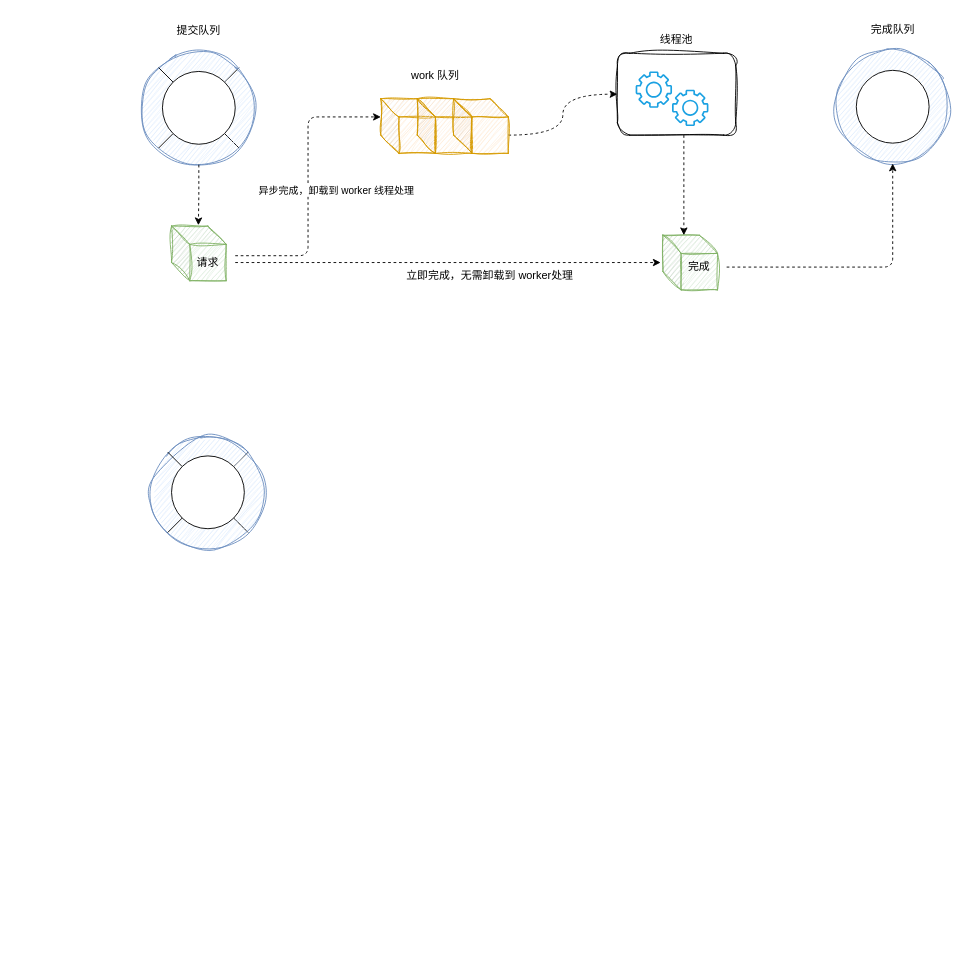
rowe0x/blog keeps this draw.io diagram as io_uring.drawio. Above is the earlier version. Source tidied: cells renumbered, new cells numbered last; positions are measured from the earlier drawing's top-left corner, leaving out a move shared by most shapes. Both pictures are drawn from the tidied source at 91%, with x=0, y=0 at pixel (142, 15).
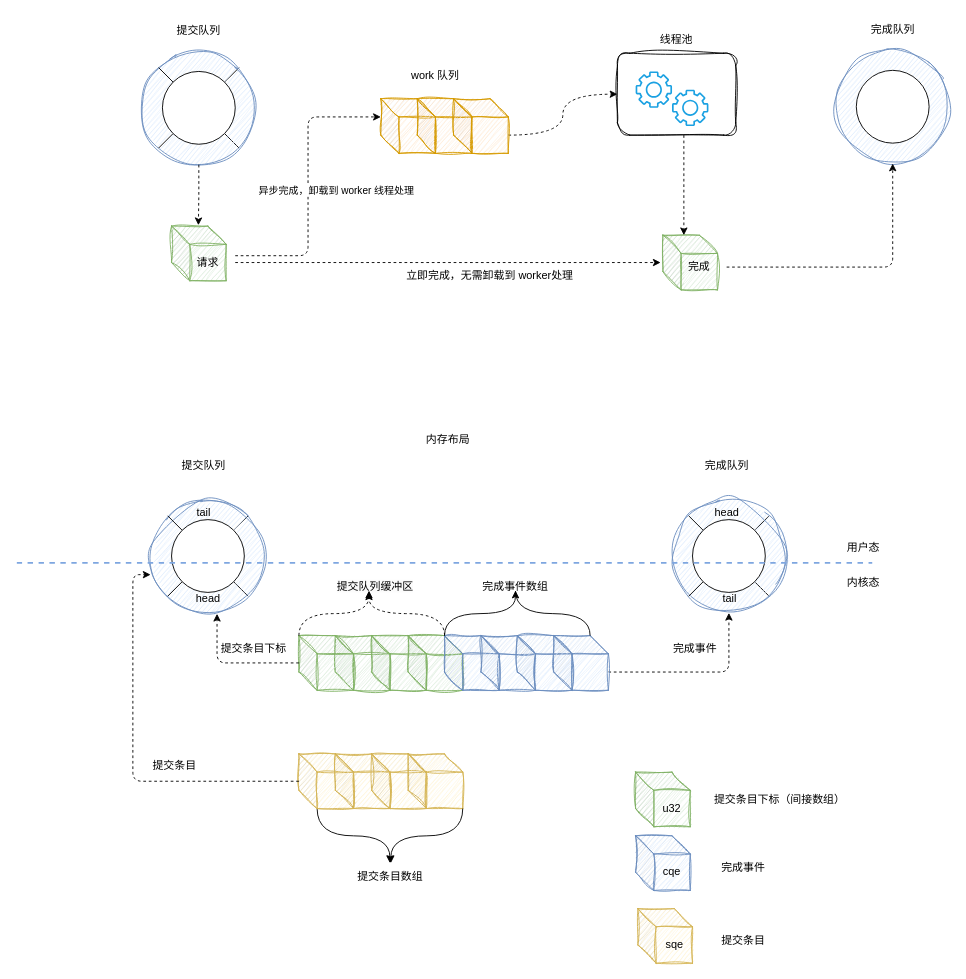
The same diagram, later.

Change to the diagram source:
```diff
@@
     <mxCell id="34" style="ellipse;whiteSpace=wrap;html=1;fillColor=#dae8fc;strokeColor=#6c8ebf;sketch=1;curveFitting=1;jiggle=2;" parent="1" vertex="1">
-      <mxGeometry x="9.5" y="461" width="125" height="125" as="geometry" />
+      <mxGeometry x="9.5" y="531" width="125" height="125" as="geometry" />
     </mxCell>
@@
     <mxCell id="37" style="ellipse;whiteSpace=wrap;html=1;" parent="1" vertex="1">
-      <mxGeometry x="32" y="483.5" width="80" height="80" as="geometry" />
+      <mxGeometry x="32" y="553.5" width="80" height="80" as="geometry" />
     </mxCell>
+    <mxCell id="38" value="内存布局" style="text;strokeColor=none;align=center;fillColor=none;html=1;verticalAlign=middle;whiteSpace=wrap;rounded=0;" parent="1" vertex="1">
+      <mxGeometry x="306" y="451" width="60" height="30" as="geometry" />
+    </mxCell>
+    <mxCell id="39" style="rounded=0;jettySize=auto;html=1;exitX=1;exitY=0;exitDx=0;exitDy=0;entryX=1;entryY=0;entryDx=0;entryDy=0;endArrow=none;endFill=0;" parent="1" edge="1" source="41" target="44">
+      <mxGeometry relative="1" as="geometry" />
+    </mxCell>
+    <mxCell id="40" style="rounded=0;jettySize=auto;html=1;exitX=1;exitY=1;exitDx=0;exitDy=0;entryX=1;entryY=1;entryDx=0;entryDy=0;endArrow=none;endFill=0;" parent="1" edge="1" source="41" target="44">
+      <mxGeometry relative="1" as="geometry" />
+    </mxCell>
+    <mxCell id="41" style="ellipse;whiteSpace=wrap;html=1;fillColor=#dae8fc;strokeColor=#6c8ebf;sketch=1;curveFitting=1;jiggle=2;" parent="1" vertex="1">
+      <mxGeometry x="582" y="531" width="125" height="125" as="geometry" />
+    </mxCell>
+    <mxCell id="42" style="rounded=0;jettySize=auto;html=1;exitX=0;exitY=1;exitDx=0;exitDy=0;entryX=0;entryY=1;entryDx=0;entryDy=0;endArrow=none;endFill=0;" parent="1" edge="1" source="44" target="41">
+      <mxGeometry relative="1" as="geometry" />
+    </mxCell>
+    <mxCell id="43" style="rounded=0;jettySize=auto;html=1;exitX=0;exitY=0;exitDx=0;exitDy=0;entryX=0;entryY=0;entryDx=0;entryDy=0;endArrow=none;endFill=0;" parent="1" edge="1" source="44" target="41">
+      <mxGeometry relative="1" as="geometry" />
+    </mxCell>
+    <mxCell id="44" style="ellipse;whiteSpace=wrap;html=1;" parent="1" vertex="1">
+      <mxGeometry x="604.5" y="553.5" width="80" height="80" as="geometry" />
+    </mxCell>
+    <mxCell id="45" style="shape=cube;whiteSpace=wrap;html=1;boundedLbl=1;backgroundOutline=1;darkOpacity=0.05;darkOpacity2=0.1;sketch=1;curveFitting=1;jiggle=2;fillColor=#d5e8d4;strokeColor=#82b366;" parent="1" vertex="1">
+      <mxGeometry x="212" y="681" width="60" height="60" as="geometry" />
+    </mxCell>
+    <mxCell id="46" style="shape=cube;whiteSpace=wrap;html=1;boundedLbl=1;backgroundOutline=1;darkOpacity=0.05;darkOpacity2=0.1;sketch=1;curveFitting=1;jiggle=2;fillColor=#d5e8d4;strokeColor=#82b366;" parent="1" vertex="1">
+      <mxGeometry x="252" y="681" width="60" height="60" as="geometry" />
+    </mxCell>
+    <mxCell id="47" style="shape=cube;whiteSpace=wrap;html=1;boundedLbl=1;backgroundOutline=1;darkOpacity=0.05;darkOpacity2=0.1;sketch=1;curveFitting=1;jiggle=2;fillColor=#d5e8d4;strokeColor=#82b366;" parent="1" vertex="1">
+      <mxGeometry x="292" y="681" width="60" height="60" as="geometry" />
+    </mxCell>
+    <mxCell id="48" style="shape=cube;whiteSpace=wrap;html=1;boundedLbl=1;backgroundOutline=1;darkOpacity=0.05;darkOpacity2=0.1;sketch=1;curveFitting=1;jiggle=2;fillColor=#dae8fc;strokeColor=#6c8ebf;" parent="1" vertex="1">
+      <mxGeometry x="332" y="681" width="60" height="60" as="geometry" />
+    </mxCell>
+    <mxCell id="49" style="shape=cube;whiteSpace=wrap;html=1;boundedLbl=1;backgroundOutline=1;darkOpacity=0.05;darkOpacity2=0.1;sketch=1;curveFitting=1;jiggle=2;fillColor=#dae8fc;strokeColor=#6c8ebf;" parent="1" vertex="1">
+      <mxGeometry x="372" y="681" width="60" height="60" as="geometry" />
+    </mxCell>
+    <mxCell id="50" style="shape=cube;whiteSpace=wrap;html=1;boundedLbl=1;backgroundOutline=1;darkOpacity=0.05;darkOpacity2=0.1;sketch=1;curveFitting=1;jiggle=2;fillColor=#dae8fc;strokeColor=#6c8ebf;" parent="1" vertex="1">
+      <mxGeometry x="412" y="681" width="60" height="60" as="geometry" />
+    </mxCell>
+    <mxCell id="51" style="edgeStyle=orthogonalEdgeStyle;curved=0;rounded=1;jettySize=auto;html=1;exitX=0;exitY=0;exitDx=60;exitDy=40;exitPerimeter=0;dashed=1;" parent="1" edge="1" source="52" target="41">
+      <mxGeometry relative="1" as="geometry" />
+    </mxCell>
+    <mxCell id="52" style="shape=cube;whiteSpace=wrap;html=1;boundedLbl=1;backgroundOutline=1;darkOpacity=0.05;darkOpacity2=0.1;sketch=1;curveFitting=1;jiggle=2;fillColor=#dae8fc;strokeColor=#6c8ebf;" parent="1" vertex="1">
+      <mxGeometry x="452" y="681" width="60" height="60" as="geometry" />
+    </mxCell>
+    <mxCell id="53" style="shape=cube;whiteSpace=wrap;html=1;boundedLbl=1;backgroundOutline=1;darkOpacity=0.05;darkOpacity2=0.1;sketch=1;curveFitting=1;jiggle=2;fillColor=#d5e8d4;strokeColor=#82b366;" parent="1" vertex="1">
+      <mxGeometry x="172" y="681" width="60" height="60" as="geometry" />
+    </mxCell>
+    <mxCell id="54" style="edgeStyle=orthogonalEdgeStyle;curved=1;rounded=0;jettySize=auto;html=1;exitX=0;exitY=0;exitDx=20;exitDy=60;exitPerimeter=0;" parent="1" edge="1" source="55" target="65">
+      <mxGeometry relative="1" as="geometry" />
+    </mxCell>
+    <mxCell id="55" style="shape=cube;whiteSpace=wrap;html=1;boundedLbl=1;backgroundOutline=1;darkOpacity=0.05;darkOpacity2=0.1;sketch=1;curveFitting=1;jiggle=2;fillColor=#fff2cc;strokeColor=#d6b656;" parent="1" vertex="1">
+      <mxGeometry x="172" y="811" width="60" height="60" as="geometry" />
+    </mxCell>
+    <mxCell id="56" style="shape=cube;whiteSpace=wrap;html=1;boundedLbl=1;backgroundOutline=1;darkOpacity=0.05;darkOpacity2=0.1;sketch=1;curveFitting=1;jiggle=2;fillColor=#fff2cc;strokeColor=#d6b656;" parent="1" vertex="1">
+      <mxGeometry x="212" y="811" width="60" height="60" as="geometry" />
+    </mxCell>
+    <mxCell id="57" style="shape=cube;whiteSpace=wrap;html=1;boundedLbl=1;backgroundOutline=1;darkOpacity=0.05;darkOpacity2=0.1;sketch=1;curveFitting=1;jiggle=2;fillColor=#fff2cc;strokeColor=#d6b656;" parent="1" vertex="1">
+      <mxGeometry x="252" y="811" width="60" height="60" as="geometry" />
+    </mxCell>
+    <mxCell id="58" style="shape=cube;whiteSpace=wrap;html=1;boundedLbl=1;backgroundOutline=1;darkOpacity=0.05;darkOpacity2=0.1;sketch=1;curveFitting=1;jiggle=2;fillColor=#fff2cc;strokeColor=#d6b656;" parent="1" vertex="1">
+      <mxGeometry x="292" y="811" width="60" height="60" as="geometry" />
+    </mxCell>
+    <mxCell id="59" value="&lt;span style=&quot;color: rgb(0, 0, 0); font-family: Helvetica; font-size: 12px; font-style: normal; font-variant-ligatures: normal; font-variant-caps: normal; font-weight: 400; letter-spacing: normal; orphans: 2; text-align: center; text-indent: 0px; text-transform: none; widows: 2; word-spacing: 0px; -webkit-text-stroke-width: 0px; white-space: nowrap; background-color: rgb(251, 251, 251); text-decoration-thickness: initial; text-decoration-style: initial; text-decoration-color: initial; display: inline !important; float: none;&quot;&gt;提交队列缓冲区&lt;/span&gt;" style="text;whiteSpace=wrap;html=1;fillColor=default;gradientColor=none;fillStyle=solid;" parent="1" vertex="1">
+      <mxGeometry x="212" y="612.5" width="90" height="20" as="geometry" />
+    </mxCell>
+    <mxCell id="60" value="&lt;div style=&quot;text-align: center;&quot;&gt;&lt;span style=&quot;text-wrap: nowrap;&quot;&gt;完成事件数组&lt;/span&gt;&lt;/div&gt;" style="text;whiteSpace=wrap;html=1;" parent="1" vertex="1">
+      <mxGeometry x="372" y="612.5" width="90" height="20" as="geometry" />
+    </mxCell>
+    <mxCell id="61" style="edgeStyle=orthogonalEdgeStyle;rounded=0;jettySize=auto;html=1;exitX=0;exitY=0;exitDx=0;exitDy=0;exitPerimeter=0;entryX=0.411;entryY=0.95;entryDx=0;entryDy=0;entryPerimeter=0;curved=1;dashed=1;" parent="1" edge="1" source="53" target="59">
+      <mxGeometry relative="1" as="geometry" />
+    </mxCell>
+    <mxCell id="62" style="edgeStyle=orthogonalEdgeStyle;rounded=0;jettySize=auto;html=1;exitX=0;exitY=0;exitDx=0;exitDy=0;exitPerimeter=0;entryX=0.411;entryY=1.05;entryDx=0;entryDy=0;entryPerimeter=0;curved=1;dashed=1;" parent="1" edge="1" source="48" target="59">
+      <mxGeometry relative="1" as="geometry" />
+    </mxCell>
+    <mxCell id="63" style="edgeStyle=orthogonalEdgeStyle;rounded=0;jettySize=auto;html=1;exitX=0;exitY=0;exitDx=0;exitDy=0;exitPerimeter=0;entryX=0.422;entryY=0.95;entryDx=0;entryDy=0;entryPerimeter=0;curved=1;" parent="1" edge="1" source="48" target="60">
+      <mxGeometry relative="1" as="geometry" />
+    </mxCell>
+    <mxCell id="64" style="edgeStyle=orthogonalEdgeStyle;rounded=0;jettySize=auto;html=1;exitX=0;exitY=0;exitDx=40;exitDy=0;exitPerimeter=0;entryX=0.422;entryY=0.975;entryDx=0;entryDy=0;entryPerimeter=0;endArrow=none;endFill=0;curved=1;" parent="1" edge="1" source="52" target="60">
+      <mxGeometry relative="1" as="geometry" />
+    </mxCell>
+    <mxCell id="65" value="提交条目数组" style="text;html=1;align=center;verticalAlign=middle;points=[];strokeColor=none;fillColor=none;" parent="1" vertex="1">
+      <mxGeometry x="222" y="931" width="100" height="30" as="geometry" />
+    </mxCell>
+    <mxCell id="66" style="edgeStyle=orthogonalEdgeStyle;curved=1;rounded=0;jettySize=auto;html=1;exitX=1;exitY=1;exitDx=0;exitDy=0;exitPerimeter=0;entryX=0.51;entryY=0;entryDx=0;entryDy=0;entryPerimeter=0;" parent="1" edge="1" source="58" target="65">
+      <mxGeometry relative="1" as="geometry" />
+    </mxCell>
+    <mxCell id="67" style="edgeStyle=orthogonalEdgeStyle;rounded=1;jettySize=auto;html=1;entryX=0.58;entryY=1.008;entryDx=0;entryDy=0;entryPerimeter=0;curved=0;dashed=1;" parent="1" edge="1" source="53" target="34">
+      <mxGeometry relative="1" as="geometry" />
+    </mxCell>
+    <mxCell id="68" value="提交条目下标" style="text;html=1;align=center;verticalAlign=middle;strokeColor=none;fillColor=none;" parent="1" vertex="1">
+      <mxGeometry x="72" y="681" width="100" height="30" as="geometry" />
+    </mxCell>
+    <mxCell id="69" style="edgeStyle=orthogonalEdgeStyle;curved=0;rounded=1;jettySize=auto;html=1;entryX=-0.004;entryY=0.664;entryDx=0;entryDy=0;entryPerimeter=0;dashed=1;" parent="1" edge="1" source="55" target="34">
+      <mxGeometry relative="1" as="geometry" />
+    </mxCell>
+    <mxCell id="70" value="提交条目" style="text;html=1;align=center;verticalAlign=middle;strokeColor=none;fillColor=none;" parent="1" vertex="1">
+      <mxGeometry x="-0.5" y="809" width="70" height="30" as="geometry" />
+    </mxCell>
+    <mxCell id="71" value="提交队列" style="text;html=1;align=center;verticalAlign=middle;strokeColor=none;fillColor=none;" parent="1" vertex="1">
+      <mxGeometry x="32" y="479" width="70" height="30" as="geometry" />
+    </mxCell>
+    <mxCell id="72" value="完成队列" style="text;html=1;align=center;verticalAlign=middle;strokeColor=none;fillColor=none;" parent="1" vertex="1">
+      <mxGeometry x="607" y="479" width="70" height="30" as="geometry" />
+    </mxCell>
+    <mxCell id="73" value="完成事件" style="text;html=1;align=center;verticalAlign=middle;strokeColor=none;fillColor=none;" parent="1" vertex="1">
+      <mxGeometry x="572" y="681" width="70" height="30" as="geometry" />
+    </mxCell>
+    <mxCell id="74" style="endArrow=none;html=1;rounded=0;curved=1;dashed=1;strokeColor=#7EA6E0;strokeWidth=2;" parent="1" edge="1">
+      <mxGeometry relative="1" as="geometry">
+        <mxPoint x="-138" y="601" as="sourcePoint" />
+        <mxPoint x="802" y="601" as="targetPoint" />
+      </mxGeometry>
+    </mxCell>
+    <mxCell id="75" value="内核态" style="text;html=1;align=center;verticalAlign=middle;strokeColor=none;fillColor=none;" parent="1" vertex="1">
+      <mxGeometry x="762" y="607.5" width="60" height="30" as="geometry" />
+    </mxCell>
+    <mxCell id="76" value="用户态" style="text;html=1;align=center;verticalAlign=middle;strokeColor=none;fillColor=none;" parent="1" vertex="1">
+      <mxGeometry x="762" y="569" width="60" height="30" as="geometry" />
+    </mxCell>
+    <mxCell id="77" value="head" style="text;html=1;align=center;verticalAlign=middle;strokeColor=none;fillColor=none;" parent="1" vertex="1">
+      <mxGeometry x="47" y="626" width="50" height="30" as="geometry" />
+    </mxCell>
+    <mxCell id="78" value="tail" style="text;html=1;align=center;verticalAlign=middle;strokeColor=none;fillColor=none;" parent="1" vertex="1">
+      <mxGeometry x="47" y="531" width="40" height="30" as="geometry" />
+    </mxCell>
+    <mxCell id="79" value="head" style="text;html=1;align=center;verticalAlign=middle;strokeColor=none;fillColor=none;" parent="1" vertex="1">
+      <mxGeometry x="617" y="531" width="50" height="30" as="geometry" />
+    </mxCell>
+    <mxCell id="80" value="tail" style="text;html=1;align=center;verticalAlign=middle;strokeColor=none;fillColor=none;" parent="1" vertex="1">
+      <mxGeometry x="624.5" y="626" width="40" height="30" as="geometry" />
+    </mxCell>
+    <mxCell id="81" value="u32" style="shape=cube;whiteSpace=wrap;html=1;boundedLbl=1;backgroundOutline=1;darkOpacity=0.05;darkOpacity2=0.1;sketch=1;curveFitting=1;jiggle=2;fillColor=#d5e8d4;strokeColor=#82b366;" parent="1" vertex="1">
+      <mxGeometry x="542" y="831" width="60" height="60" as="geometry" />
+    </mxCell>
+    <mxCell id="82" value="cqe" style="shape=cube;whiteSpace=wrap;html=1;boundedLbl=1;backgroundOutline=1;darkOpacity=0.05;darkOpacity2=0.1;sketch=1;curveFitting=1;jiggle=2;fillColor=#dae8fc;strokeColor=#6c8ebf;" parent="1" vertex="1">
+      <mxGeometry x="542" y="901" width="60" height="60" as="geometry" />
+    </mxCell>
+    <mxCell id="83" value="提交条目下标（间接数组）" style="text;html=1;align=center;verticalAlign=middle;strokeColor=none;fillColor=none;" parent="1" vertex="1">
+      <mxGeometry x="614.5" y="846" width="170" height="30" as="geometry" />
+    </mxCell>
+    <mxCell id="84" value="完成事件" style="text;html=1;align=center;verticalAlign=middle;strokeColor=none;fillColor=none;" parent="1" vertex="1">
+      <mxGeometry x="624.5" y="921" width="70" height="30" as="geometry" />
+    </mxCell>
+    <mxCell id="85" value="sqe" style="shape=cube;whiteSpace=wrap;html=1;boundedLbl=1;backgroundOutline=1;darkOpacity=0.05;darkOpacity2=0.1;sketch=1;curveFitting=1;jiggle=2;fillColor=#fff2cc;strokeColor=#d6b656;" parent="1" vertex="1">
+      <mxGeometry x="544.5" y="981" width="60" height="60" as="geometry" />
+    </mxCell>
+    <mxCell id="86" value="提交条目" style="text;html=1;align=center;verticalAlign=middle;strokeColor=none;fillColor=none;" parent="1" vertex="1">
+      <mxGeometry x="624.5" y="1001" width="70" height="30" as="geometry" />
+    </mxCell>
```
